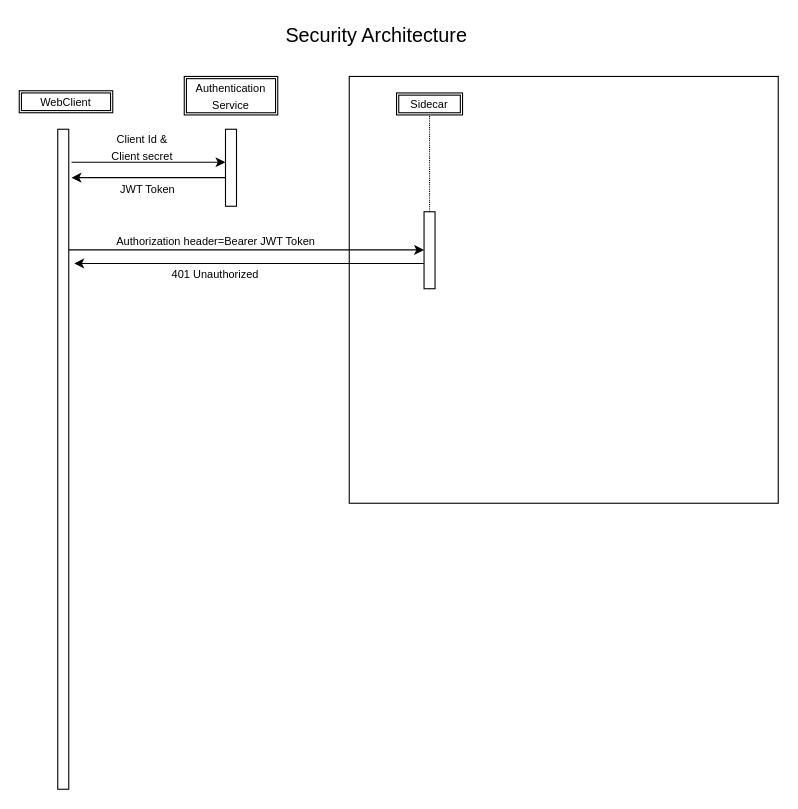
Above: Security.drawio in rod-ag/Technical-Documentation (draw.io), before the change. Source tidied: cells renumbered, new cells numbered last; positions are measured from the earlier drawing's top-left corner, leaving out a move shared by most shapes. Both pictures are drawn from the tidied source at 110%, with x=0, y=0 at pixel (19, 19).
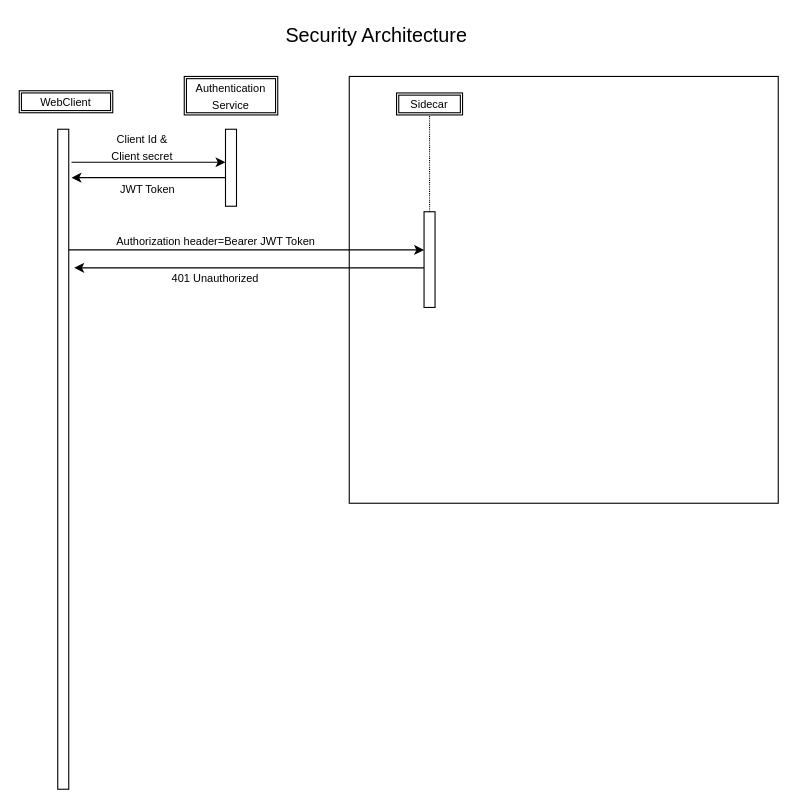
The same page after the edit.

Change to the diagram source:
```diff
@@
     <mxCell id="13" style="html=1;points=[[0,0,0,0,5],[0,1,0,0,-5],[1,0,0,0,5],[1,1,0,0,-5]];perimeter=orthogonalPerimeter;outlineConnect=0;targetShapes=umlLifeline;portConstraint=eastwest;newEdgeStyle={&quot;curved&quot;:0,&quot;rounded&quot;:0};" parent="1" vertex="1">
-      <mxGeometry x="368" y="175" width="10" height="70" as="geometry" />
+      <mxGeometry x="368" y="175" width="10" height="87" as="geometry" />
     </mxCell>
@@
-    <mxCell id="17" style="endArrow=classic;html=1;rounded=0;" parent="1" edge="1" source="13">
+    <mxCell id="17" style="endArrow=classic;html=1;rounded=0;" parent="1" edge="1">
       <mxGeometry relative="1" as="geometry">
-        <mxPoint x="50" y="222" as="targetPoint" />
+        <mxPoint x="368" y="226" as="sourcePoint" />
+        <mxPoint x="50" y="226" as="targetPoint" />
       </mxGeometry>
     </mxCell>
     <mxCell id="18" value="&lt;font style=&quot;font-size: 10px;&quot;&gt;401 Unauthorized&lt;/font&gt;" style="text;html=1;whiteSpace=wrap;strokeColor=none;fillColor=none;align=center;verticalAlign=middle;rounded=0;" parent="1" vertex="1">
-      <mxGeometry x="133" y="222" width="91" height="20" as="geometry" />
+      <mxGeometry x="133" y="225" width="91" height="20" as="geometry" />
     </mxCell>
```
